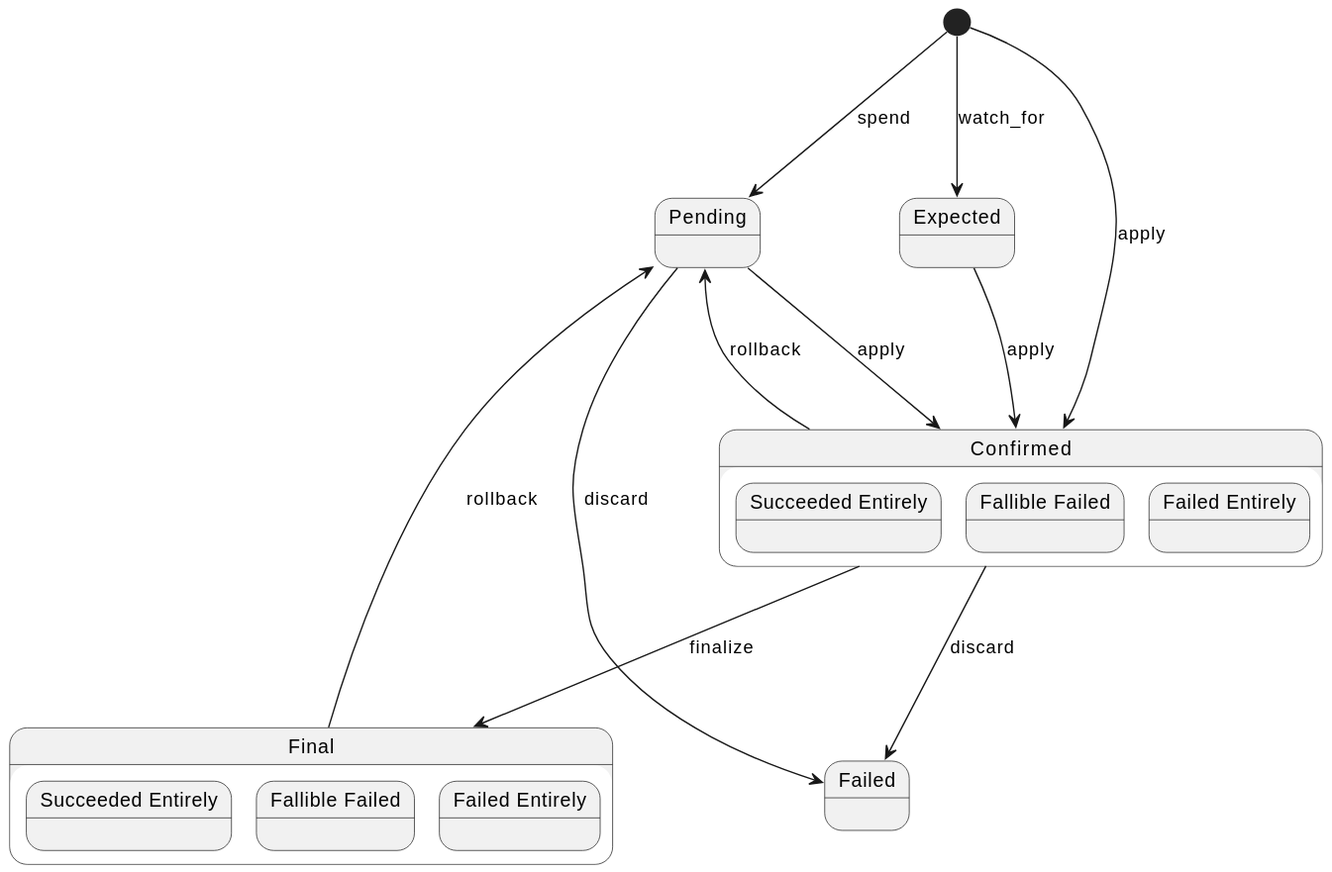
This is components/WalletEngine/tx-lifecycle.svg from midnightntwrk/midnight-architecture, a PlantUML export, as it was before one commit.
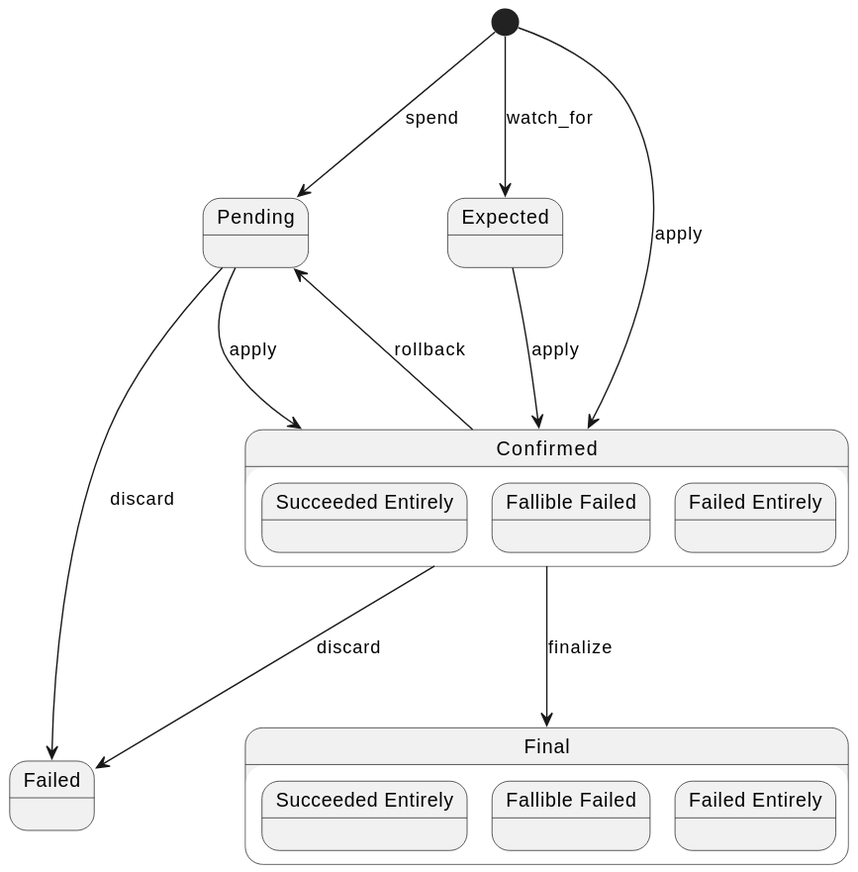
Later version of the same file.

What changed in the source:
```diff
@@ -27,7 +27,6 @@
 confirmed --> final : finalize
 confirmed --> pending : rollback
 pending ---> failed : discard
-pending <-- final : rollback
 confirmed --> failed : discard
 
 @enduml
```
